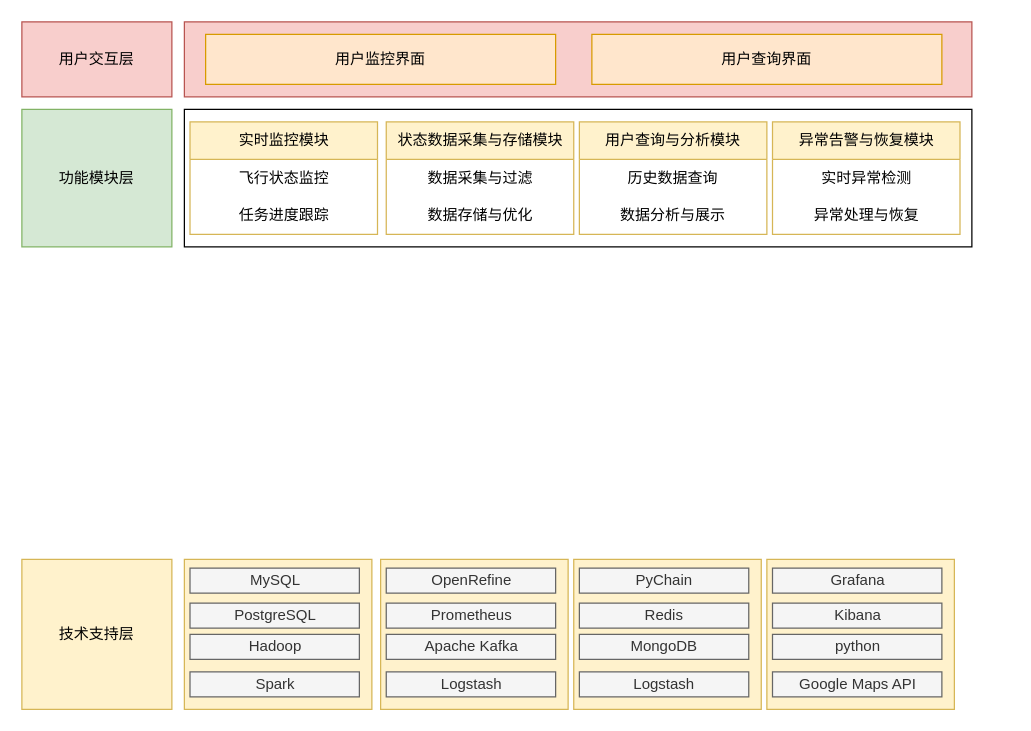
Above: 无人机监控与查询技术框架图 .drawio in jiaojb/py-crawler (draw.io), before the change. Source tidied: cells renumbered, new cells numbered last; positions are measured from the earlier drawing's top-left corner, leaving out a move shared by most shapes. Both pictures are drawn from the tidied source at 125%, with x=0, y=0 at pixel (21, 21).
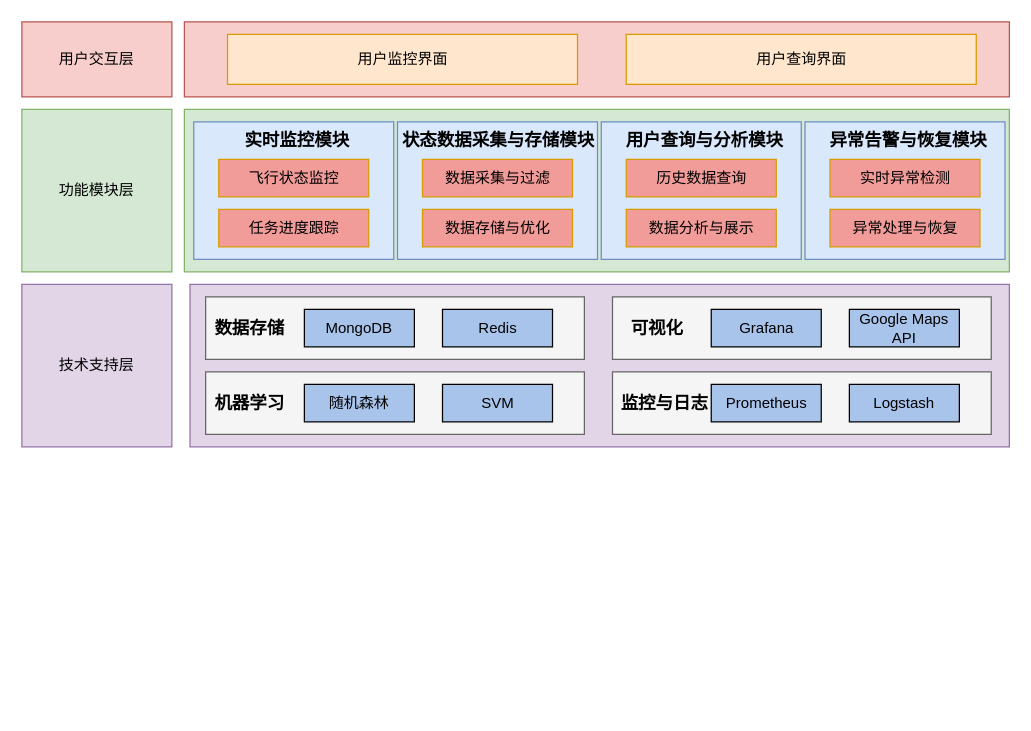
The same page after the edit.

Commit message (it also covers changes not shown here):
更新无人机监控与查询技术框架图 .drawio

Change to the diagram source:
```diff
@@
-    <mxCell id="2" style="rounded=0;whiteSpace=wrap;html=1;" parent="1" vertex="1">
-      <mxGeometry x="130" y="70" width="630" height="110" as="geometry" />
+    <mxCell id="2" style="rounded=0;whiteSpace=wrap;html=1;fillColor=#d5e8d4;strokeColor=#82b366;" parent="1" vertex="1">
+      <mxGeometry x="130" y="70" width="660" height="130" as="geometry" />
     </mxCell>
@@
     <mxCell id="4" value="功能模块层" style="rounded=0;whiteSpace=wrap;html=1;fillColor=#d5e8d4;strokeColor=#82b366;" parent="1" vertex="1">
-      <mxGeometry y="70" width="120" height="110" as="geometry" />
+      <mxGeometry y="70" width="120" height="130" as="geometry" />
     </mxCell>
-    <mxCell id="5" value="技术支持层" style="rounded=0;whiteSpace=wrap;html=1;fillColor=#fff2cc;strokeColor=#d6b656;" parent="1" vertex="1">
-      <mxGeometry y="430" width="120" height="120" as="geometry" />
-    </mxCell>
     <mxCell id="6" style="rounded=0;whiteSpace=wrap;html=1;fillColor=#f8cecc;strokeColor=#b85450;" parent="1" vertex="1">
-      <mxGeometry x="130" width="630" height="60" as="geometry" />
+      <mxGeometry x="130" width="660" height="60" as="geometry" />
     </mxCell>
     <mxCell id="7" value="用户监控界面" style="rounded=0;whiteSpace=wrap;html=1;fillColor=#ffe6cc;strokeColor=#d79b00;" parent="1" vertex="1">
-      <mxGeometry x="147" y="10" width="280" height="40" as="geometry" />
+      <mxGeometry x="164.5" y="10" width="280" height="40" as="geometry" />
     </mxCell>
-    <mxCell id="8" style="rounded=0;whiteSpace=wrap;html=1;fillColor=#fff2cc;strokeColor=#d6b656;" parent="1" vertex="1">
-      <mxGeometry x="130" y="430" width="150" height="120" as="geometry" />
-    </mxCell>
-    <mxCell id="9" value="MySQL" style="rounded=0;whiteSpace=wrap;html=1;fillColor=#f5f5f5;fontColor=#333333;strokeColor=#666666;" parent="1" vertex="1">
-      <mxGeometry x="134.5" y="437" width="135.5" height="20" as="geometry" />
-    </mxCell>
-    <mxCell id="10" value="PostgreSQL" style="rounded=0;whiteSpace=wrap;html=1;fillColor=#f5f5f5;fontColor=#333333;strokeColor=#666666;" parent="1" vertex="1">
-      <mxGeometry x="134.5" y="465" width="135.5" height="20" as="geometry" />
-    </mxCell>
-    <mxCell id="11" value="Hadoop" style="rounded=0;whiteSpace=wrap;html=1;fillColor=#f5f5f5;fontColor=#333333;strokeColor=#666666;" parent="1" vertex="1">
-      <mxGeometry x="134.5" y="490" width="135.5" height="20" as="geometry" />
-    </mxCell>
-    <mxCell id="12" value="Spark" style="rounded=0;whiteSpace=wrap;html=1;fillColor=#f5f5f5;fontColor=#333333;strokeColor=#666666;" parent="1" vertex="1">
-      <mxGeometry x="134.5" y="520" width="135.5" height="20" as="geometry" />
-    </mxCell>
-    <mxCell id="13" style="rounded=0;whiteSpace=wrap;html=1;fillColor=#fff2cc;strokeColor=#d6b656;" parent="1" vertex="1">
-      <mxGeometry x="287" y="430" width="150" height="120" as="geometry" />
-    </mxCell>
-    <mxCell id="14" value="OpenRefine" style="rounded=0;whiteSpace=wrap;html=1;fillColor=#f5f5f5;fontColor=#333333;strokeColor=#666666;" parent="1" vertex="1">
-      <mxGeometry x="291.5" y="437" width="135.5" height="20" as="geometry" />
-    </mxCell>
-    <mxCell id="15" value="Prometheus" style="rounded=0;whiteSpace=wrap;html=1;fillColor=#f5f5f5;fontColor=#333333;strokeColor=#666666;" parent="1" vertex="1">
-      <mxGeometry x="291.5" y="465" width="135.5" height="20" as="geometry" />
-    </mxCell>
-    <mxCell id="16" value="Apache Kafka" style="rounded=0;whiteSpace=wrap;html=1;fillColor=#f5f5f5;fontColor=#333333;strokeColor=#666666;" parent="1" vertex="1">
-      <mxGeometry x="291.5" y="490" width="135.5" height="20" as="geometry" />
-    </mxCell>
-    <mxCell id="17" value="Logstash" style="rounded=0;whiteSpace=wrap;html=1;fillColor=#f5f5f5;fontColor=#333333;strokeColor=#666666;" parent="1" vertex="1">
-      <mxGeometry x="291.5" y="520" width="135.5" height="20" as="geometry" />
-    </mxCell>
-    <mxCell id="18" style="rounded=0;whiteSpace=wrap;html=1;fillColor=#fff2cc;strokeColor=#d6b656;" parent="1" vertex="1">
-      <mxGeometry x="441.5" y="430" width="150" height="120" as="geometry" />
-    </mxCell>
-    <mxCell id="19" value="PyChain" style="rounded=0;whiteSpace=wrap;html=1;fillColor=#f5f5f5;fontColor=#333333;strokeColor=#666666;" parent="1" vertex="1">
-      <mxGeometry x="446" y="437" width="135.5" height="20" as="geometry" />
-    </mxCell>
-    <mxCell id="20" value="Redis" style="rounded=0;whiteSpace=wrap;html=1;fillColor=#f5f5f5;fontColor=#333333;strokeColor=#666666;" parent="1" vertex="1">
-      <mxGeometry x="446" y="465" width="135.5" height="20" as="geometry" />
-    </mxCell>
-    <mxCell id="21" value="MongoDB" style="rounded=0;whiteSpace=wrap;html=1;fillColor=#f5f5f5;fontColor=#333333;strokeColor=#666666;" parent="1" vertex="1">
-      <mxGeometry x="446" y="490" width="135.5" height="20" as="geometry" />
-    </mxCell>
-    <mxCell id="22" value="Logstash" style="rounded=0;whiteSpace=wrap;html=1;fillColor=#f5f5f5;fontColor=#333333;strokeColor=#666666;" parent="1" vertex="1">
-      <mxGeometry x="446" y="520" width="135.5" height="20" as="geometry" />
-    </mxCell>
-    <mxCell id="23" style="rounded=0;whiteSpace=wrap;html=1;fillColor=#fff2cc;strokeColor=#d6b656;" parent="1" vertex="1">
-      <mxGeometry x="596" y="430" width="150" height="120" as="geometry" />
-    </mxCell>
-    <mxCell id="24" value="Grafana" style="rounded=0;whiteSpace=wrap;html=1;fillColor=#f5f5f5;fontColor=#333333;strokeColor=#666666;" parent="1" vertex="1">
-      <mxGeometry x="600.5" y="437" width="135.5" height="20" as="geometry" />
-    </mxCell>
-    <mxCell id="25" value="Kibana" style="rounded=0;whiteSpace=wrap;html=1;fillColor=#f5f5f5;fontColor=#333333;strokeColor=#666666;" parent="1" vertex="1">
-      <mxGeometry x="600.5" y="465" width="135.5" height="20" as="geometry" />
-    </mxCell>
-    <mxCell id="26" value="python" style="rounded=0;whiteSpace=wrap;html=1;fillColor=#f5f5f5;fontColor=#333333;strokeColor=#666666;" parent="1" vertex="1">
-      <mxGeometry x="600.5" y="490" width="135.5" height="20" as="geometry" />
-    </mxCell>
-    <mxCell id="27" value="Google Maps API" style="rounded=0;whiteSpace=wrap;html=1;fillColor=#f5f5f5;fontColor=#333333;strokeColor=#666666;" parent="1" vertex="1">
-      <mxGeometry x="600.5" y="520" width="135.5" height="20" as="geometry" />
-    </mxCell>
     <mxCell id="28" value="用户查询界面" style="rounded=0;whiteSpace=wrap;html=1;fillColor=#ffe6cc;strokeColor=#d79b00;" parent="1" vertex="1">
-      <mxGeometry x="456" y="10" width="280" height="40" as="geometry" />
+      <mxGeometry x="483.5" y="10" width="280" height="40" as="geometry" />
     </mxCell>
-    <mxCell id="29" value="实时监控模块" style="swimlane;fontStyle=0;horizontal=1;startSize=30;whiteSpace=wrap;html=1;fillColor=#fff2cc;strokeColor=#d6b656;" parent="1" vertex="1">
-      <mxGeometry x="134.5" y="80" width="150" height="90" as="geometry" />
-    </mxCell>
+    <mxCell id="41" style="rounded=0;whiteSpace=wrap;html=1;fillColor=#dae8fc;strokeColor=#6c8ebf;" parent="1" vertex="1">
+      <mxGeometry x="137.5" y="80" width="160" height="110" as="geometry" />
+    </mxCell>
-    <mxCell id="30" value="飞行状态监控" style="text;strokeColor=none;fillColor=none;align=center;verticalAlign=middle;spacingLeft=4;spacingRight=4;overflow=hidden;whiteSpace=wrap;html=1;" parent="29" vertex="1">
-      <mxGeometry y="30" width="150" height="30" as="geometry" />
+    <mxCell id="30" value="飞行状态监控" style="rounded=0;whiteSpace=wrap;html=1;fillColor=#F19C99;strokeColor=#d79b00;" parent="1" vertex="1">
+      <mxGeometry x="157.5" y="110" width="120" height="30" as="geometry" />
     </mxCell>
-    <mxCell id="31" value="任务进度跟踪" style="text;strokeColor=none;fillColor=none;align=center;verticalAlign=middle;spacingLeft=4;spacingRight=4;overflow=hidden;whiteSpace=wrap;html=1;" parent="29" vertex="1">
-      <mxGeometry y="60" width="150" height="30" as="geometry" />
+    <mxCell id="31" value="任务进度跟踪 " style="rounded=0;whiteSpace=wrap;html=1;fillColor=#F19C99;strokeColor=#d79b00;" parent="1" vertex="1">
+      <mxGeometry x="157.5" y="150" width="120" height="30" as="geometry" />
     </mxCell>
-    <mxCell id="32" value="状态数据采集与存储模块" style="swimlane;fontStyle=0;horizontal=1;startSize=30;whiteSpace=wrap;html=1;fillColor=#fff2cc;strokeColor=#d6b656;" parent="1" vertex="1">
-      <mxGeometry x="291.5" y="80" width="150" height="90" as="geometry" />
-    </mxCell>
+    <mxCell id="29" value="&lt;b&gt;&lt;font style=&quot;font-size: 14px;&quot;&gt;实时监控模块&lt;/font&gt;&lt;/b&gt;" style="text;html=1;align=center;verticalAlign=middle;strokeColor=none;fillColor=none;" parent="1" vertex="1">
+      <mxGeometry x="164.5" y="80" width="110" height="30" as="geometry" />
+    </mxCell>
+    <mxCell id="42" style="rounded=0;whiteSpace=wrap;html=1;fillColor=#dae8fc;strokeColor=#6c8ebf;" parent="1" vertex="1">
+      <mxGeometry x="300.5" y="80" width="160" height="110" as="geometry" />
+    </mxCell>
-    <mxCell id="33" value="数据采集与过滤" style="text;strokeColor=none;fillColor=none;align=center;verticalAlign=middle;spacingLeft=4;spacingRight=4;overflow=hidden;whiteSpace=wrap;html=1;" parent="32" vertex="1">
-      <mxGeometry y="30" width="150" height="30" as="geometry" />
+    <mxCell id="33" value="数据采集与过滤" style="rounded=0;whiteSpace=wrap;html=1;fillColor=#F19C99;strokeColor=#d79b00;" parent="1" vertex="1">
+      <mxGeometry x="320.5" y="110" width="120" height="30" as="geometry" />
     </mxCell>
-    <mxCell id="34" value="数据存储与优化" style="text;strokeColor=none;fillColor=none;align=center;verticalAlign=middle;spacingLeft=4;spacingRight=4;overflow=hidden;whiteSpace=wrap;html=1;" parent="32" vertex="1">
-      <mxGeometry y="60" width="150" height="30" as="geometry" />
+    <mxCell id="34" value="数据存储与优化 " style="rounded=0;whiteSpace=wrap;html=1;fillColor=#F19C99;strokeColor=#d79b00;" parent="1" vertex="1">
+      <mxGeometry x="320.5" y="150" width="120" height="30" as="geometry" />
     </mxCell>
-    <mxCell id="35" value="用户查询与分析模块" style="swimlane;fontStyle=0;horizontal=1;startSize=30;whiteSpace=wrap;html=1;fillColor=#fff2cc;strokeColor=#d6b656;" parent="1" vertex="1">
-      <mxGeometry x="446" y="80" width="150" height="90" as="geometry" />
-    </mxCell>
+    <mxCell id="32" value="&lt;b&gt;&lt;font style=&quot;font-size: 14px;&quot;&gt;状态数据采集与存储模块&lt;/font&gt;&lt;/b&gt;" style="text;html=1;align=center;verticalAlign=middle;strokeColor=none;fillColor=none;" parent="1" vertex="1">
+      <mxGeometry x="290.5" y="80" width="180" height="30" as="geometry" />
+    </mxCell>
+    <mxCell id="43" style="rounded=0;whiteSpace=wrap;html=1;fillColor=#dae8fc;strokeColor=#6c8ebf;" parent="1" vertex="1">
+      <mxGeometry x="463.5" y="80" width="160" height="110" as="geometry" />
+    </mxCell>
-    <mxCell id="36" value="历史数据查询" style="text;strokeColor=none;fillColor=none;align=center;verticalAlign=middle;spacingLeft=4;spacingRight=4;overflow=hidden;whiteSpace=wrap;html=1;" parent="35" vertex="1">
-      <mxGeometry y="30" width="150" height="30" as="geometry" />
+    <mxCell id="36" value="历史数据查询" style="rounded=0;whiteSpace=wrap;html=1;fillColor=#F19C99;strokeColor=#d79b00;" parent="1" vertex="1">
+      <mxGeometry x="483.5" y="110" width="120" height="30" as="geometry" />
     </mxCell>
-    <mxCell id="37" value="数据分析与展示" style="text;strokeColor=none;fillColor=none;align=center;verticalAlign=middle;spacingLeft=4;spacingRight=4;overflow=hidden;whiteSpace=wrap;html=1;" parent="35" vertex="1">
-      <mxGeometry y="60" width="150" height="30" as="geometry" />
+    <mxCell id="37" value="数据分析与展示 " style="rounded=0;whiteSpace=wrap;html=1;fillColor=#F19C99;strokeColor=#d79b00;" parent="1" vertex="1">
+      <mxGeometry x="483.5" y="150" width="120" height="30" as="geometry" />
     </mxCell>
-    <mxCell id="38" value="异常告警与恢复模块" style="swimlane;fontStyle=0;horizontal=1;startSize=30;whiteSpace=wrap;html=1;fillColor=#fff2cc;strokeColor=#d6b656;" parent="1" vertex="1">
-      <mxGeometry x="600.5" y="80" width="150" height="90" as="geometry" />
-    </mxCell>
+    <mxCell id="35" value="&lt;b&gt;&lt;font style=&quot;font-size: 14px;&quot;&gt;用户查询与分析模块&lt;/font&gt;&lt;/b&gt;" style="text;html=1;align=center;verticalAlign=middle;strokeColor=none;fillColor=none;" parent="1" vertex="1">
+      <mxGeometry x="470.5" y="80" width="150" height="30" as="geometry" />
+    </mxCell>
+    <mxCell id="44" style="rounded=0;whiteSpace=wrap;html=1;fillColor=#dae8fc;strokeColor=#6c8ebf;" parent="1" vertex="1">
+      <mxGeometry x="626.5" y="80" width="160" height="110" as="geometry" />
+    </mxCell>
-    <mxCell id="39" value="实时异常检测" style="text;strokeColor=none;fillColor=none;align=center;verticalAlign=middle;spacingLeft=4;spacingRight=4;overflow=hidden;whiteSpace=wrap;html=1;" parent="38" vertex="1">
-      <mxGeometry y="30" width="150" height="30" as="geometry" />
+    <mxCell id="39" value="实时异常检测" style="rounded=0;whiteSpace=wrap;html=1;fillColor=#F19C99;strokeColor=#d79b00;" parent="1" vertex="1">
+      <mxGeometry x="646.5" y="110" width="120" height="30" as="geometry" />
     </mxCell>
-    <mxCell id="40" value="异常处理与恢复" style="text;strokeColor=none;fillColor=none;align=center;verticalAlign=middle;spacingLeft=4;spacingRight=4;overflow=hidden;whiteSpace=wrap;html=1;" parent="38" vertex="1">
-      <mxGeometry y="60" width="150" height="30" as="geometry" />
+    <mxCell id="40" value="异常处理与恢复 " style="rounded=0;whiteSpace=wrap;html=1;fillColor=#F19C99;strokeColor=#d79b00;" parent="1" vertex="1">
+      <mxGeometry x="646.5" y="150" width="120" height="30" as="geometry" />
     </mxCell>
+    <mxCell id="38" value="&lt;b&gt;&lt;font style=&quot;font-size: 14px;&quot;&gt;异常告警与恢复模块&lt;/font&gt;&lt;/b&gt;" style="text;html=1;align=center;verticalAlign=middle;strokeColor=none;fillColor=none;" parent="1" vertex="1">
+      <mxGeometry x="633.5" y="80" width="150" height="30" as="geometry" />
+    </mxCell>
+    <mxCell id="5" value="技术支持层" style="rounded=0;whiteSpace=wrap;html=1;fillColor=#e1d5e7;strokeColor=#9673a6;" parent="1" vertex="1">
+      <mxGeometry y="210" width="120" height="130" as="geometry" />
+    </mxCell>
+    <mxCell id="45" style="rounded=0;whiteSpace=wrap;html=1;fillColor=#e1d5e7;strokeColor=#9673a6;" parent="1" vertex="1">
+      <mxGeometry x="134.5" y="210" width="655.5" height="130" as="geometry" />
+    </mxCell>
+    <mxCell id="46" style="rounded=0;whiteSpace=wrap;html=1;fillColor=#f5f5f5;fontColor=#333333;strokeColor=#666666;" parent="1" vertex="1">
+      <mxGeometry x="147" y="220" width="303" height="50" as="geometry" />
+    </mxCell>
+    <mxCell id="47" value="&lt;b&gt;&lt;font style=&quot;font-size: 14px;&quot;&gt;数据存储&lt;/font&gt;&lt;/b&gt;" style="text;html=1;align=center;verticalAlign=middle;strokeColor=none;fillColor=none;" parent="1" vertex="1">
+      <mxGeometry x="142" y="230" width="80" height="30" as="geometry" />
+    </mxCell>
+    <mxCell id="21" value="MongoDB" style="rounded=0;whiteSpace=wrap;html=1;fillColor=#A9C4EB;" parent="1" vertex="1">
+      <mxGeometry x="226" y="230" width="88" height="30" as="geometry" />
+    </mxCell>
+    <mxCell id="20" value="Redis" style="rounded=0;whiteSpace=wrap;html=1;fillColor=#A9C4EB;" parent="1" vertex="1">
+      <mxGeometry x="336.5" y="230" width="88" height="30" as="geometry" />
+    </mxCell>
+    <mxCell id="48" style="rounded=0;whiteSpace=wrap;html=1;fillColor=#f5f5f5;fontColor=#333333;strokeColor=#666666;" parent="1" vertex="1">
+      <mxGeometry x="147" y="280" width="303" height="50" as="geometry" />
+    </mxCell>
+    <mxCell id="49" value="&lt;b&gt;&lt;font style=&quot;font-size: 14px;&quot;&gt;机器学习&lt;/font&gt;&lt;/b&gt;" style="text;html=1;align=center;verticalAlign=middle;strokeColor=none;fillColor=none;" parent="1" vertex="1">
+      <mxGeometry x="142" y="290" width="80" height="30" as="geometry" />
+    </mxCell>
+    <mxCell id="50" value="随机森林" style="rounded=0;whiteSpace=wrap;html=1;fillColor=#A9C4EB;" parent="1" vertex="1">
+      <mxGeometry x="226" y="290" width="88" height="30" as="geometry" />
+    </mxCell>
+    <mxCell id="51" value="SVM" style="rounded=0;whiteSpace=wrap;html=1;fillColor=#A9C4EB;" parent="1" vertex="1">
+      <mxGeometry x="336.5" y="290" width="88" height="30" as="geometry" />
+    </mxCell>
+    <mxCell id="52" style="rounded=0;whiteSpace=wrap;html=1;fillColor=#f5f5f5;fontColor=#333333;strokeColor=#666666;" parent="1" vertex="1">
+      <mxGeometry x="472.5" y="220" width="303" height="50" as="geometry" />
+    </mxCell>
+    <mxCell id="53" value="&lt;b&gt;&lt;font style=&quot;font-size: 14px;&quot;&gt;可视化&lt;/font&gt;&lt;/b&gt;" style="text;html=1;align=center;verticalAlign=middle;strokeColor=none;fillColor=none;" parent="1" vertex="1">
+      <mxGeometry x="472.5" y="230" width="70" height="30" as="geometry" />
+    </mxCell>
+    <mxCell id="24" value="Grafana" style="rounded=0;whiteSpace=wrap;html=1;fillColor=#A9C4EB;" parent="1" vertex="1">
+      <mxGeometry x="551.5" y="230" width="88" height="30" as="geometry" />
+    </mxCell>
+    <mxCell id="27" value="Google Maps API" style="rounded=0;whiteSpace=wrap;html=1;fillColor=#A9C4EB;" parent="1" vertex="1">
+      <mxGeometry x="662" y="230" width="88" height="30" as="geometry" />
+    </mxCell>
+    <mxCell id="54" style="rounded=0;whiteSpace=wrap;html=1;fillColor=#f5f5f5;fontColor=#333333;strokeColor=#666666;" parent="1" vertex="1">
+      <mxGeometry x="472.5" y="280" width="303" height="50" as="geometry" />
+    </mxCell>
+    <mxCell id="55" value="&lt;b&gt;&lt;font style=&quot;font-size: 14px;&quot;&gt;监控与日志&lt;/font&gt;&lt;/b&gt;" style="text;html=1;align=center;verticalAlign=middle;strokeColor=none;fillColor=none;" parent="1" vertex="1">
+      <mxGeometry x="468.8" y="290" width="90" height="30" as="geometry" />
+    </mxCell>
+    <mxCell id="15" value="Prometheus" style="rounded=0;whiteSpace=wrap;html=1;fillColor=#A9C4EB;" parent="1" vertex="1">
+      <mxGeometry x="551.5" y="290" width="88" height="30" as="geometry" />
+    </mxCell>
+    <mxCell id="56" value="Logstash" style="rounded=0;whiteSpace=wrap;html=1;fillColor=#A9C4EB;" parent="1" vertex="1">
+      <mxGeometry x="662" y="290" width="88" height="30" as="geometry" />
+    </mxCell>
```
